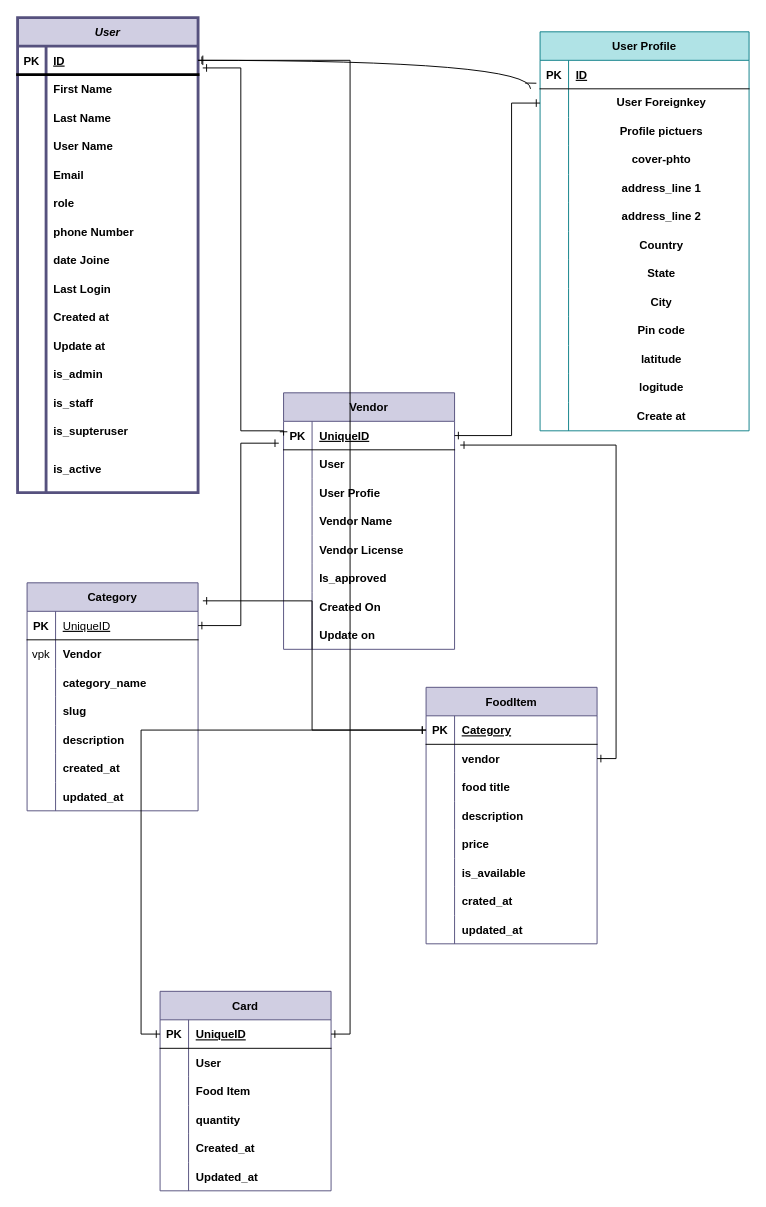
Earlier version of the draw.io diagram databases.drawio (Ali-Sina-255/Django-Multi-Vendors-restaurants). Source tidied: cells renumbered, new cells numbered last; positions are measured from the earlier drawing's top-left corner, leaving out a move shared by most shapes. Both pictures are drawn from the tidied source at 95%, with x=0, y=0 at pixel (17, 17).
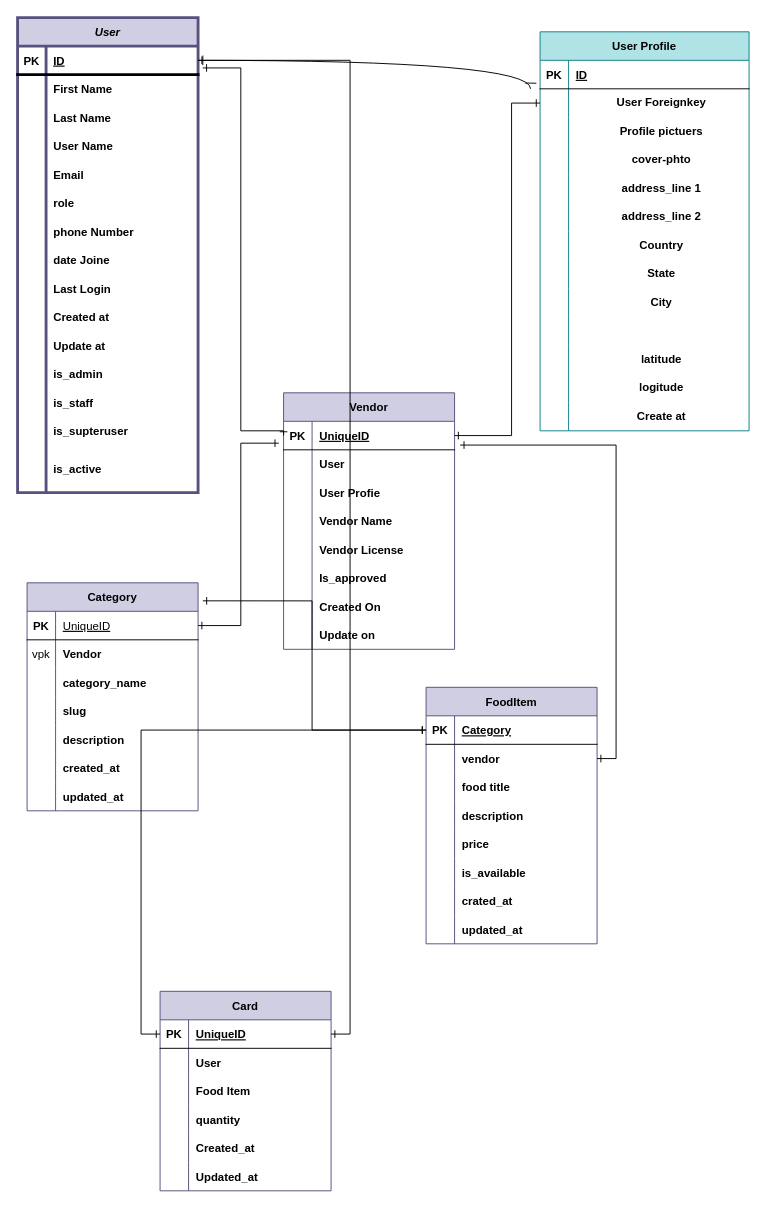
After the change.

Unchanged cells that the change refers to:
```xml
<mxCell id="30" style="shape=tableRow;horizontal=0;startSize=0;swimlaneHead=0;swimlaneBody=0;fillColor=none;top=0;left=0;right=0;bottom=0;" parent="2" vertex="1">
  <mxGeometry y="300" width="220" height="30" as="geometry" />
</mxCell>
```

What changed in the source:
```diff
@@
-    <mxCell id="32" value="Pin code" style="shape=partialRectangle;fillColor=none;top=0;left=0;bottom=0;right=0;align=center;spacingLeft=6;overflow=hidden;fontStyle=1;fontColor=default;labelBackgroundColor=default;labelBorderColor=none;whiteSpace=wrap;html=1;labelPosition=center;verticalLabelPosition=middle;verticalAlign=middle;" parent="30" vertex="1">
+    <mxCell id="32" style="shape=partialRectangle;fillColor=none;top=0;left=0;bottom=0;right=0;align=center;spacingLeft=6;overflow=hidden;fontStyle=1;fontColor=default;labelBackgroundColor=default;labelBorderColor=none;whiteSpace=wrap;html=1;labelPosition=center;verticalLabelPosition=middle;verticalAlign=middle;" parent="30" vertex="1">
       <mxGeometry x="30" width="190" height="30" as="geometry" />
     </mxCell>
```
